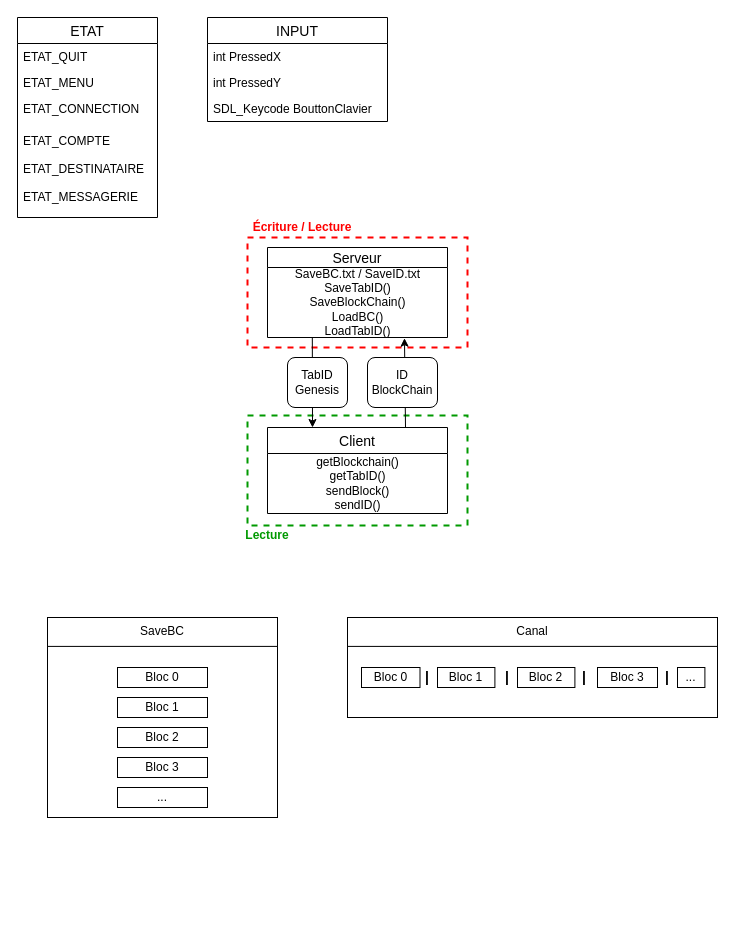
Above: page "Variable et Structures" (6 of 6) of AffichageBottle.drawio in lucasmaisonnave/BottleV2 (draw.io), before the change. Source tidied: cells renumbered, new cells numbered last; positions are measured from the earlier drawing's top-left corner, leaving out a move shared by most shapes. Both pictures are drawn from the tidied source at 100%, with x=0, y=0 at pixel (17, 17).
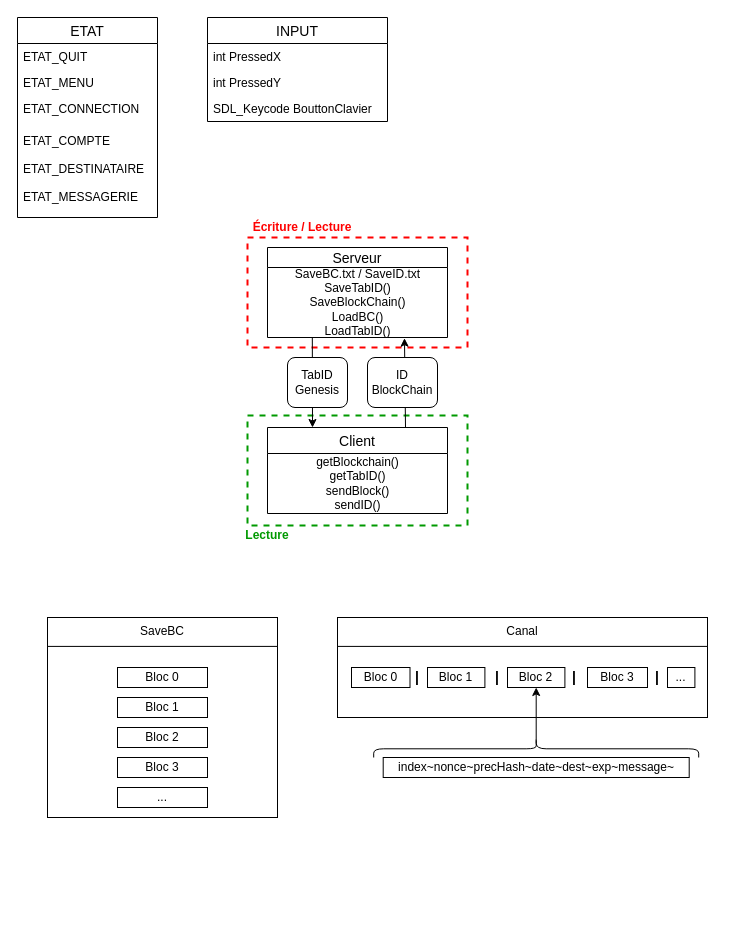
Above is the later version.

Unchanged cells that the change refers to:
```xml
<mxCell id="39" value="Bloc 2" style="rounded=0;whiteSpace=wrap;html=1;" parent="34" vertex="1">
  <mxGeometry x="170" y="70" width="57.4" height="20" as="geometry" />
</mxCell>
```

Change to the diagram source:
```diff
@@
     <mxCell id="33" style="group;" parent="1" vertex="1">
-      <mxGeometry x="330" y="580" width="370" height="220" as="geometry" />
+      <mxGeometry x="320" y="580" width="370" height="312.5" as="geometry" />
     </mxCell>
     <mxCell id="34" style="group;" parent="33" vertex="1">
-      <mxGeometry width="370" height="220" as="geometry" />
+      <mxGeometry width="370" height="312.5" as="geometry" />
     </mxCell>
@@
+    <mxCell id="46" style="edgeStyle=orthogonalEdgeStyle;rounded=0;jettySize=auto;html=1;exitX=0.1;exitY=0.5;exitDx=0;exitDy=0;exitPerimeter=0;entryX=0.5;entryY=1;entryDx=0;entryDy=0;" parent="34" edge="1" source="47" target="39">
+      <mxGeometry relative="1" as="geometry" />
+    </mxCell>
+    <mxCell id="47" style="shape=curlyBracket;whiteSpace=wrap;html=1;rounded=1;rotation=90;size=0.5654999999999972;" parent="34" vertex="1">
+      <mxGeometry x="188.7" y="-12.5" width="20" height="325" as="geometry" />
+    </mxCell>
+    <mxCell id="48" value="index~nonce~precHash~date~dest~exp~message~" style="rounded=0;whiteSpace=wrap;html=1;" parent="34" vertex="1">
+      <mxGeometry x="45.7" y="160" width="306" height="20" as="geometry" />
+    </mxCell>
```
